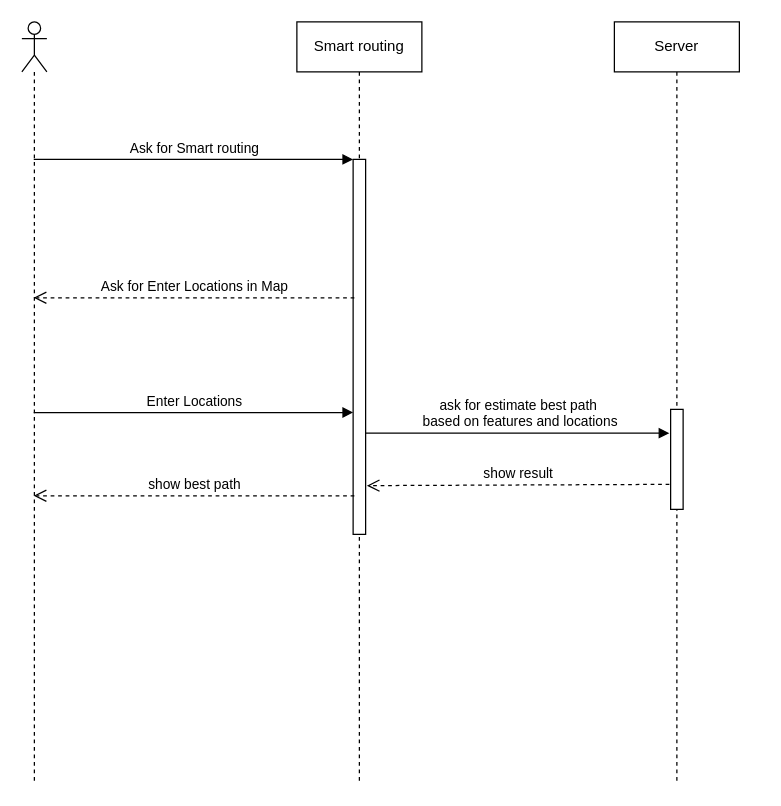
This is Behavioral Modeling/SequenceDiagram/smartRouting.drawio from kargaranamir/Travelink, a draw.io file, before an edit. Source tidied: cells renumbered, new cells numbered last; positions are measured from the earlier drawing's top-left corner, leaving out a move shared by most shapes. Both pictures are drawn from the tidied source at 125%, with x=0, y=0 at pixel (21, 21).
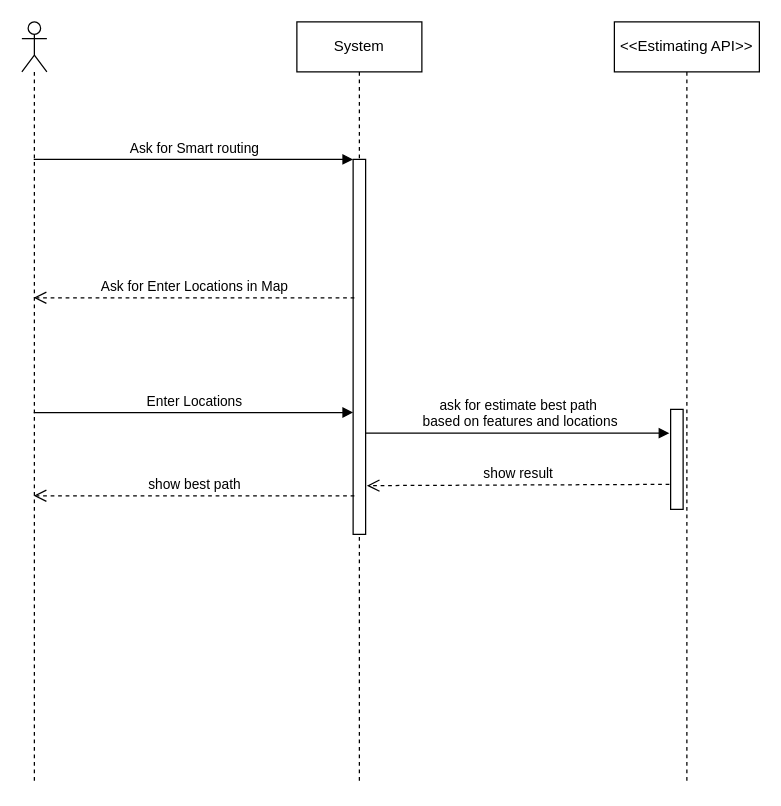
Above is the later version.

Change to the diagram source:
```diff
@@
 <mxGraphModel>
   <root>
     <mxCell id="0" />
     <mxCell id="1" parent="0" />
     <mxCell id="2" style="shape=umlLifeline;participant=umlActor;perimeter=lifelinePerimeter;whiteSpace=wrap;html=1;verticalAlign=top;spacingTop=36;labelBackgroundColor=#ffffff;outlineConnect=0;" parent="1" vertex="1">
       <mxGeometry width="20" height="610" as="geometry" />
     </mxCell>
-    <mxCell id="3" value="Smart routing" style="shape=umlLifeline;perimeter=lifelinePerimeter;whiteSpace=wrap;html=1;" parent="1" vertex="1">
+    <mxCell id="3" value="System" style="shape=umlLifeline;perimeter=lifelinePerimeter;whiteSpace=wrap;html=1;" parent="1" vertex="1">
       <mxGeometry x="220" width="100" height="610" as="geometry" />
     </mxCell>
     <mxCell id="4" style="html=1;points=[];perimeter=orthogonalPerimeter;" parent="3" vertex="1">
       <mxGeometry x="45" y="110" width="10" height="300" as="geometry" />
     </mxCell>
     <mxCell id="5" value="Ask for Smart routing" style="html=1;verticalAlign=bottom;endArrow=block;entryX=0;entryY=0;" parent="1" edge="1" source="2" target="4">
       <mxGeometry relative="1" as="geometry" />
     </mxCell>
-    <mxCell id="6" value="Server" style="shape=umlLifeline;perimeter=lifelinePerimeter;whiteSpace=wrap;html=1;" parent="1" vertex="1">
-      <mxGeometry x="474" width="100" height="610" as="geometry" />
+    <mxCell id="6" value="&amp;lt;&amp;lt;Estimating API&amp;gt;&amp;gt;" style="shape=umlLifeline;perimeter=lifelinePerimeter;whiteSpace=wrap;html=1;" parent="1" vertex="1">
+      <mxGeometry x="474" width="116" height="610" as="geometry" />
     </mxCell>
     <mxCell id="7" style="html=1;points=[];perimeter=orthogonalPerimeter;" parent="6" vertex="1">
       <mxGeometry x="45" y="310" width="10" height="80" as="geometry" />
     </mxCell>
     <mxCell id="8" value="Ask for Enter Locations in Map" style="html=1;verticalAlign=bottom;endArrow=open;dashed=1;endSize=8;exitX=0.1;exitY=0.369;exitDx=0;exitDy=0;exitPerimeter=0;" parent="1" edge="1" source="4" target="2">
       <mxGeometry relative="1" as="geometry" />
     </mxCell>
     <mxCell id="9" value="Enter Locations" style="html=1;verticalAlign=bottom;endArrow=block;entryX=0;entryY=0.675;entryDx=0;entryDy=0;entryPerimeter=0;" parent="1" edge="1" source="2" target="4">
       <mxGeometry relative="1" as="geometry" />
     </mxCell>
     <mxCell id="10" value="ask for estimate best path&lt;br&gt;&amp;nbsp;based on features and locations" style="html=1;verticalAlign=bottom;endArrow=block;entryX=-0.1;entryY=0.238;entryDx=0;entryDy=0;entryPerimeter=0;" parent="1" edge="1" source="4" target="7">
       <mxGeometry relative="1" as="geometry" />
     </mxCell>
     <mxCell id="11" value="show result" style="html=1;verticalAlign=bottom;endArrow=open;dashed=1;endSize=8;exitX=-0.1;exitY=0.75;exitDx=0;exitDy=0;exitPerimeter=0;entryX=1.1;entryY=0.87;entryDx=0;entryDy=0;entryPerimeter=0;" parent="1" edge="1" source="7" target="4">
       <mxGeometry relative="1" as="geometry" />
     </mxCell>
     <mxCell id="12" value="show best path" style="html=1;verticalAlign=bottom;endArrow=open;dashed=1;endSize=8;exitX=0.1;exitY=0.897;exitDx=0;exitDy=0;exitPerimeter=0;" parent="1" edge="1" source="4" target="2">
       <mxGeometry relative="1" as="geometry" />
     </mxCell>
   </root>
 </mxGraphModel>
```
